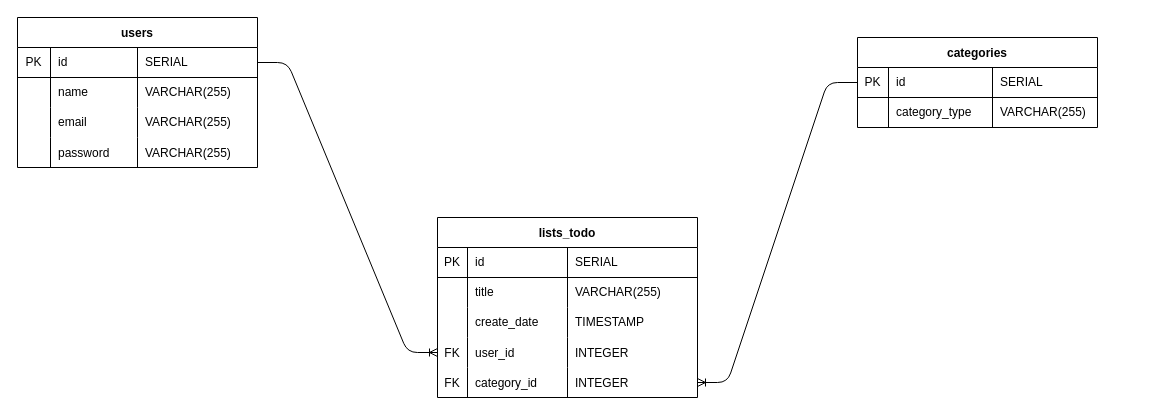
Earlier version of the draw.io diagram ERD/ERD-SmartToDo.drawio (zacharypantalone/Smart-ToDo-List). Source tidied: cells renumbered, new cells numbered last; positions are measured from the earlier drawing's top-left corner, leaving out a move shared by most shapes. Both pictures are drawn from the tidied source at 100%, with x=0, y=0 at pixel (17, 17).
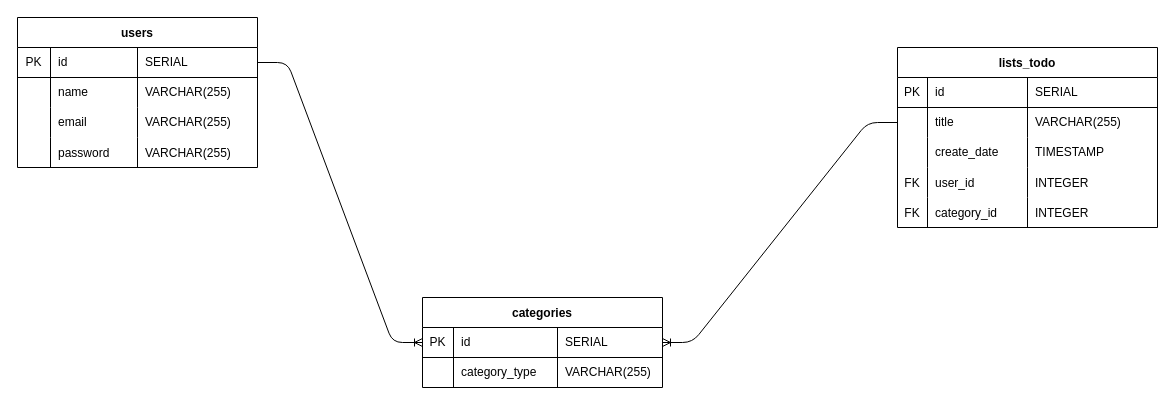
The same page after the edit.

The change refers to these unchanged cells:
```xml
<mxCell id="7" style="shape=partialRectangle;html=1;whiteSpace=wrap;fillColor=none;top=0;left=0;bottom=0;right=0;points=[[0,0.5],[1,0.5]];portConstraint=eastwest;" parent="2" vertex="1">
  <mxGeometry y="60" width="260" height="30" as="geometry" />
</mxCell>
<mxCell id="15" style="shape=tableRow;horizontal=0;startSize=0;swimlaneHead=0;swimlaneBody=0;fillColor=none;points=[[0,0.5],[1,0.5]];portConstraint=eastwest;top=0;left=0;right=0;bottom=0;" parent="2" vertex="1">
  <mxGeometry y="120" width="260" height="30" as="geometry" />
</mxCell>
<mxCell id="19" style="shape=tableRow;horizontal=0;startSize=0;swimlaneHead=0;swimlaneBody=0;fillColor=none;points=[[0,0.5],[1,0.5]];portConstraint=eastwest;top=0;left=0;right=0;bottom=0;" parent="2" vertex="1">
  <mxGeometry y="150" width="260" height="30" as="geometry" />
</mxCell>
<mxCell id="24" style="shape=partialRectangle;html=1;whiteSpace=wrap;fillColor=none;top=0;left=0;bottom=1;right=0;points=[[0,0.5],[1,0.5]];portConstraint=eastwest;" parent="23" vertex="1">
  <mxGeometry y="30" width="240" height="30" as="geometry" />
</mxCell>
<mxCell id="33" style="shape=partialRectangle;html=1;whiteSpace=wrap;fillColor=none;top=0;left=0;bottom=1;right=0;points=[[0,0.5],[1,0.5]];portConstraint=eastwest;" parent="32" vertex="1">
  <mxGeometry y="30" width="240" height="30" as="geometry" />
</mxCell>
```

Change to the diagram source:
```diff
@@
     <mxCell id="2" value="lists_todo" style="shape=table;startSize=30;childLayout=tableLayout;rowLines=0;fontStyle=1;align=center;" parent="1" vertex="1">
-      <mxGeometry x="420" y="200" width="260" height="180" as="geometry" />
+      <mxGeometry x="880" y="30" width="260" height="180" as="geometry" />
     </mxCell>
@@
     <mxCell id="23" value="categories" style="shape=table;startSize=30;childLayout=tableLayout;rowLines=0;fontStyle=1;align=center;" parent="1" vertex="1">
-      <mxGeometry x="840" y="20" width="240" height="90" as="geometry" />
+      <mxGeometry x="405" y="280" width="240" height="90" as="geometry" />
     </mxCell>
@@
-    <mxCell id="49" style="edgeStyle=entityRelationEdgeStyle;fontSize=12;html=1;endArrow=ERoneToMany;entryX=0;entryY=0.5;entryDx=0;entryDy=0;exitX=1;exitY=0.5;exitDx=0;exitDy=0;" parent="1" edge="1" source="33" target="15">
+    <mxCell id="49" style="edgeStyle=entityRelationEdgeStyle;fontSize=12;html=1;endArrow=ERoneToMany;exitX=1;exitY=0.5;exitDx=0;exitDy=0;entryX=0;entryY=0.5;entryDx=0;entryDy=0;" parent="1" edge="1" source="33" target="24">
       <mxGeometry relative="1" as="geometry" />
     </mxCell>
-    <mxCell id="50" style="edgeStyle=entityRelationEdgeStyle;fontSize=12;html=1;endArrow=ERoneToMany;entryX=1;entryY=0.5;entryDx=0;entryDy=0;exitX=0;exitY=0.5;exitDx=0;exitDy=0;" parent="1" edge="1" source="24" target="19">
+    <mxCell id="50" style="edgeStyle=entityRelationEdgeStyle;fontSize=12;html=1;endArrow=ERoneToMany;entryX=1;entryY=0.5;entryDx=0;entryDy=0;exitX=0;exitY=0.5;exitDx=0;exitDy=0;" parent="1" edge="1" source="7" target="24">
       <mxGeometry relative="1" as="geometry" />
     </mxCell>
```
